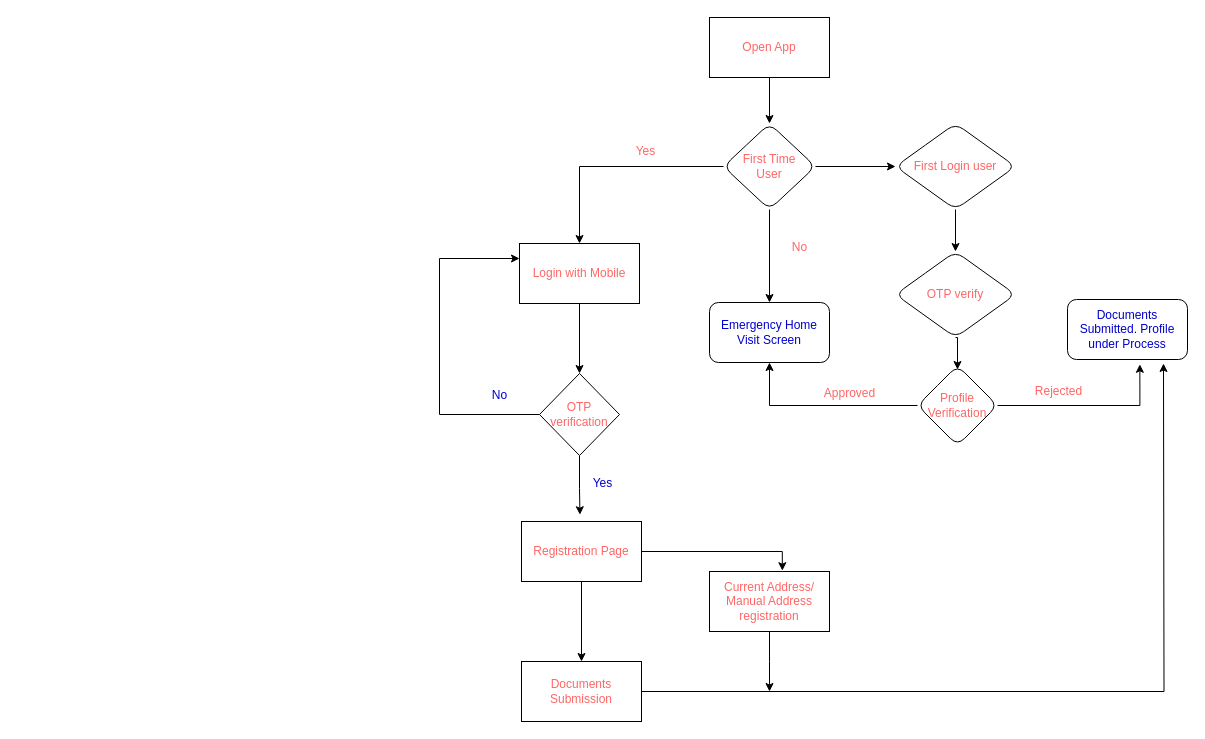
Earlier version of the draw.io diagram page "Registration-Service-Provider" (2 of 2) of HLS.-Design.drawio (CrossDimension-LLP/sosh-HLS-designs). Source tidied: cells renumbered, new cells numbered last; positions are measured from the earlier drawing's top-left corner, leaving out a move shared by most shapes. Both pictures are drawn from the tidied source at 100%, with x=0, y=0 at pixel (439, 17).
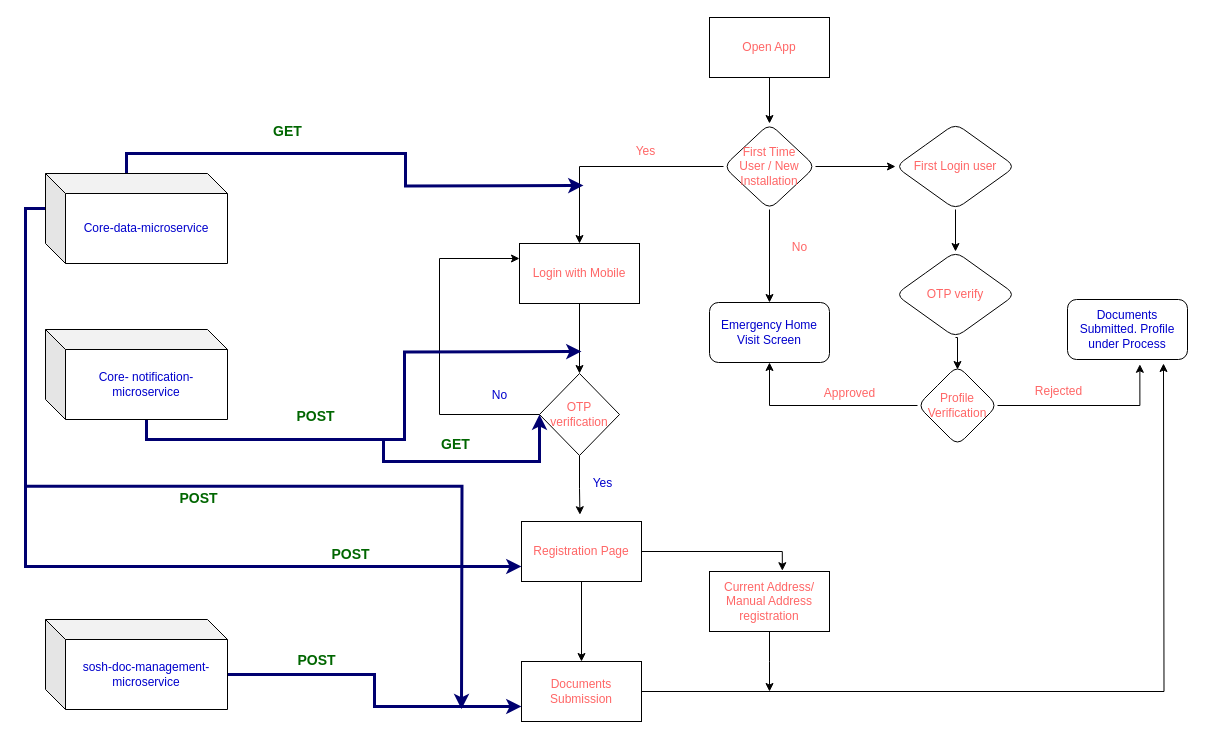
Above is the later version.

Unchanged cells that the change refers to:
```xml
<mxCell id="12" value="OTP verification" style="rhombus;whiteSpace=wrap;html=1;fontColor=#FF6666;rounded=0;" parent="1" vertex="1">
  <mxGeometry x="100" y="356" width="80" height="82" as="geometry" />
</mxCell>
<mxCell id="28" value="Registration Page" style="rounded=0;whiteSpace=wrap;html=1;fontColor=#FF6666;" parent="1" vertex="1">
  <mxGeometry x="82" y="504" width="120" height="60" as="geometry" />
</mxCell>
<mxCell id="30" value="Documents Submission" style="rounded=0;whiteSpace=wrap;html=1;fontColor=#FF6666;" parent="1" vertex="1">
  <mxGeometry x="82" y="644" width="120" height="60" as="geometry" />
</mxCell>
```

Diff of the diagram source:
```diff
@@
-    <mxCell id="7" value="First Time&lt;br&gt;User" style="rhombus;whiteSpace=wrap;html=1;rounded=1;fontColor=#FF6666;" parent="1" vertex="1">
+    <mxCell id="7" value="First Time&lt;br&gt;User / New Installation" style="rhombus;whiteSpace=wrap;html=1;rounded=1;fontColor=#FF6666;" parent="1" vertex="1">
       <mxGeometry x="284" y="106" width="92" height="86" as="geometry" />
     </mxCell>
@@
+    <mxCell id="35" style="edgeStyle=orthogonalEdgeStyle;rounded=0;jettySize=auto;html=1;exitX=0;exitY=0;exitDx=81;exitDy=0;exitPerimeter=0;fontColor=#0000CC;strokeWidth=3;strokeColor=#000070;" parent="1" edge="1" source="38">
+      <mxGeometry relative="1" as="geometry">
+        <mxPoint x="144" y="168" as="targetPoint" />
+      </mxGeometry>
+    </mxCell>
+    <mxCell id="36" style="edgeStyle=orthogonalEdgeStyle;rounded=0;jettySize=auto;html=1;exitX=0;exitY=0;exitDx=0;exitDy=35;exitPerimeter=0;fontSize=14;fontColor=#006600;strokeColor=#000070;strokeWidth=3;" parent="1" edge="1" source="38">
+      <mxGeometry relative="1" as="geometry">
+        <mxPoint x="22" y="691.6" as="targetPoint" />
+      </mxGeometry>
+    </mxCell>
+    <mxCell id="37" style="edgeStyle=orthogonalEdgeStyle;rounded=0;jettySize=auto;html=1;exitX=0;exitY=0;exitDx=0;exitDy=35;exitPerimeter=0;entryX=0;entryY=0.75;entryDx=0;entryDy=0;fontSize=14;fontColor=#006600;strokeColor=#000070;strokeWidth=3;" parent="1" edge="1" source="38" target="28">
+      <mxGeometry relative="1" as="geometry" />
+    </mxCell>
+    <mxCell id="38" value="Core-data-microservice" style="shape=cube;whiteSpace=wrap;html=1;boundedLbl=1;backgroundOutline=1;darkOpacity=0.05;darkOpacity2=0.1;rounded=1;fontColor=#0000CC;" parent="1" vertex="1">
+      <mxGeometry x="-394" y="156" width="182" height="90" as="geometry" />
+    </mxCell>
+    <mxCell id="39" style="edgeStyle=orthogonalEdgeStyle;rounded=0;jettySize=auto;html=1;exitX=0;exitY=0;exitDx=101;exitDy=90;exitPerimeter=0;fontSize=14;fontColor=#006600;strokeColor=#000070;strokeWidth=3;" parent="1" edge="1" source="41">
+      <mxGeometry relative="1" as="geometry">
+        <mxPoint x="142" y="334" as="targetPoint" />
+      </mxGeometry>
+    </mxCell>
+    <mxCell id="40" style="edgeStyle=orthogonalEdgeStyle;rounded=0;jettySize=auto;html=1;exitX=0;exitY=0;exitDx=101;exitDy=90;exitPerimeter=0;entryX=0;entryY=0.5;entryDx=0;entryDy=0;fontSize=14;fontColor=#006600;strokeColor=#000070;strokeWidth=3;" parent="1" edge="1" source="41" target="12">
+      <mxGeometry relative="1" as="geometry">
+        <Array as="points">
+          <mxPoint x="-293" y="422" />
+          <mxPoint x="-56" y="422" />
+          <mxPoint x="-56" y="444" />
+          <mxPoint x="100" y="444" />
+        </Array>
+      </mxGeometry>
+    </mxCell>
+    <mxCell id="41" value="Core- notification-microservice" style="shape=cube;whiteSpace=wrap;html=1;boundedLbl=1;backgroundOutline=1;darkOpacity=0.05;darkOpacity2=0.1;rounded=1;fontColor=#0000CC;" parent="1" vertex="1">
+      <mxGeometry x="-394" y="312" width="182" height="90" as="geometry" />
+    </mxCell>
+    <mxCell id="42" value="&lt;font color=&quot;#006600&quot; size=&quot;1&quot;&gt;&lt;b style=&quot;font-size: 14px;&quot;&gt;GET&lt;/b&gt;&lt;/font&gt;" style="text;html=1;align=center;verticalAlign=middle;strokeColor=none;fillColor=none;fontColor=#0000CC;strokeWidth=3;" parent="1" vertex="1">
+      <mxGeometry x="-172" y="103" width="40" height="22" as="geometry" />
+    </mxCell>
+    <mxCell id="43" value="&lt;font color=&quot;#006600&quot; size=&quot;1&quot;&gt;&lt;b style=&quot;font-size: 14px;&quot;&gt;POST&lt;/b&gt;&lt;/font&gt;" style="text;html=1;align=center;verticalAlign=middle;strokeColor=none;fillColor=none;fontColor=#0000CC;strokeWidth=3;" parent="1" vertex="1">
+      <mxGeometry x="-149" y="388" width="50" height="22" as="geometry" />
+    </mxCell>
+    <mxCell id="44" style="edgeStyle=orthogonalEdgeStyle;rounded=0;jettySize=auto;html=1;exitX=0;exitY=0;exitDx=182;exitDy=55;exitPerimeter=0;entryX=0;entryY=0.75;entryDx=0;entryDy=0;fontSize=14;fontColor=#006600;strokeColor=#000070;strokeWidth=3;" parent="1" edge="1" source="45" target="30">
+      <mxGeometry relative="1" as="geometry" />
+    </mxCell>
+    <mxCell id="45" value="sosh-doc-management-microservice" style="shape=cube;whiteSpace=wrap;html=1;boundedLbl=1;backgroundOutline=1;darkOpacity=0.05;darkOpacity2=0.1;rounded=1;fontColor=#0000CC;" parent="1" vertex="1">
+      <mxGeometry x="-394" y="602" width="182" height="90" as="geometry" />
+    </mxCell>
+    <mxCell id="46" value="&lt;font color=&quot;#006600&quot; size=&quot;1&quot;&gt;&lt;b style=&quot;font-size: 14px;&quot;&gt;POST&lt;/b&gt;&lt;/font&gt;" style="text;html=1;align=center;verticalAlign=middle;strokeColor=none;fillColor=none;fontColor=#0000CC;strokeWidth=3;" parent="1" vertex="1">
+      <mxGeometry x="-148" y="632" width="50" height="22" as="geometry" />
+    </mxCell>
+    <mxCell id="47" value="&lt;font color=&quot;#006600&quot; size=&quot;1&quot;&gt;&lt;b style=&quot;font-size: 14px;&quot;&gt;POST&lt;/b&gt;&lt;/font&gt;" style="text;html=1;align=center;verticalAlign=middle;strokeColor=none;fillColor=none;fontColor=#0000CC;strokeWidth=3;" parent="1" vertex="1">
+      <mxGeometry x="-266" y="470" width="50" height="22" as="geometry" />
+    </mxCell>
+    <mxCell id="48" value="&lt;font color=&quot;#006600&quot; size=&quot;1&quot;&gt;&lt;b style=&quot;font-size: 14px;&quot;&gt;GET&lt;/b&gt;&lt;/font&gt;" style="text;html=1;align=center;verticalAlign=middle;strokeColor=none;fillColor=none;fontColor=#0000CC;strokeWidth=3;" parent="1" vertex="1">
+      <mxGeometry x="-4" y="416" width="40" height="22" as="geometry" />
+    </mxCell>
+    <mxCell id="49" value="&lt;font color=&quot;#006600&quot; size=&quot;1&quot;&gt;&lt;b style=&quot;font-size: 14px;&quot;&gt;POST&lt;/b&gt;&lt;/font&gt;" style="text;html=1;align=center;verticalAlign=middle;strokeColor=none;fillColor=none;fontColor=#0000CC;strokeWidth=3;" parent="1" vertex="1">
+      <mxGeometry x="-114" y="526" width="50" height="22" as="geometry" />
+    </mxCell>
```
